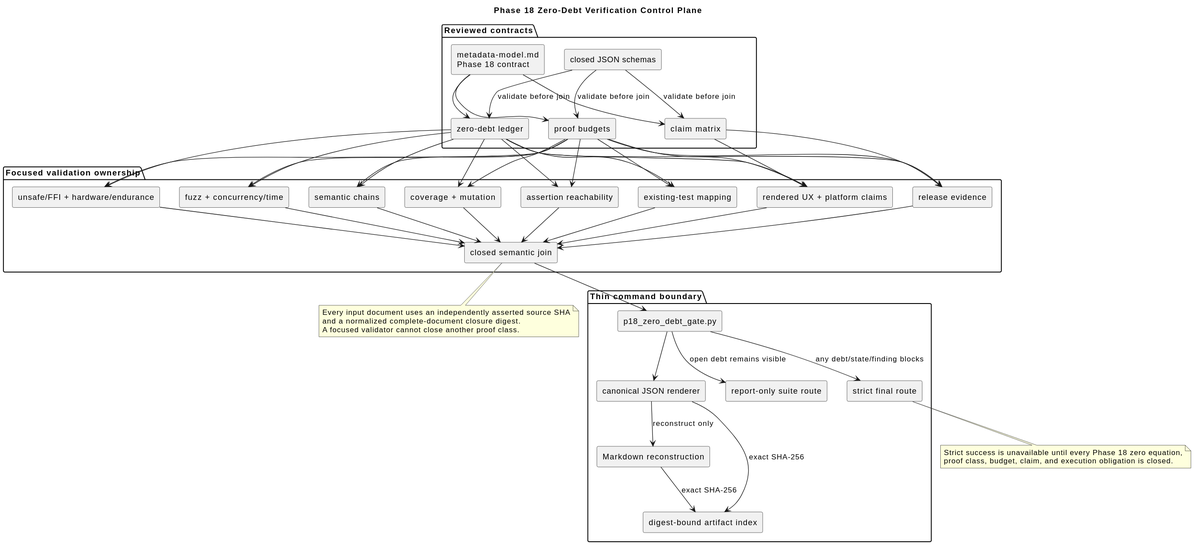
This is docs/diagrams/generated/verification-p18-zero-debt.svg from johannesPettersson80/trust-platform, a PlantUML export, as it was before one commit. Source of this version:
```plantuml
@startuml
title Phase 18 Zero-Debt Verification Control Plane

skinparam componentStyle rectangle
skinparam shadowing false

package "Reviewed contracts" {
  [metadata-model.md\nPhase 18 contract] as Spec
  [zero-debt ledger] as Ledger
  [proof budgets] as Budgets
  [claim matrix] as Claims
  [closed JSON schemas] as Schemas
}

package "Focused validation ownership" {
  [semantic chains] as Semantic
  [existing-test mapping] as TestMapping
  [assertion reachability] as Reachability
  [coverage + mutation] as Adequacy
  [fuzz + concurrency/time] as Dynamic
  [unsafe/FFI + hardware/endurance] as Native
  [rendered UX + platform claims] as Environment
  [release evidence] as Release
  [closed semantic join] as Join
}

package "Thin command boundary" {
  [p18_zero_debt_gate.py] as CLI
  [canonical JSON renderer] as Json
  [Markdown reconstruction] as Markdown
  [digest-bound artifact index] as Index
  [report-only suite route] as ReportRoute
  [strict final route] as StrictRoute
}

Spec --> Ledger
Spec --> Budgets
Spec --> Claims
Schemas --> Ledger : validate before join
Schemas --> Budgets : validate before join
Schemas --> Claims : validate before join

Ledger --> Semantic
Ledger --> TestMapping
Ledger --> Reachability
Ledger --> Adequacy
Ledger --> Dynamic
Ledger --> Native
Ledger --> Environment
Ledger --> Release
Budgets --> Semantic
Budgets --> TestMapping
Budgets --> Reachability
Budgets --> Adequacy
Budgets --> Dynamic
Budgets --> Native
Budgets --> Environment
Budgets --> Release
Claims --> Environment
Claims --> Release

Semantic --> Join
TestMapping --> Join
Reachability --> Join
Adequacy --> Join
Dynamic --> Join
Native --> Join
Environment --> Join
Release --> Join
Join --> CLI
CLI --> Json
Json --> Markdown : reconstruct only
Json --> Index : exact SHA-256
Markdown --> Index : exact SHA-256
CLI --> ReportRoute : open debt remains visible
CLI --> StrictRoute : any debt/state/finding blocks

note bottom of Join
  Every input document uses an independently asserted source SHA
  and a normalized complete-document closure digest.
  A focused validator cannot close another proof class.
end note

note bottom of StrictRoute
  Strict success is unavailable until every Phase 18 zero equation,
  proof class, budget, claim, and execution obligation is closed.
end note
@enduml
```
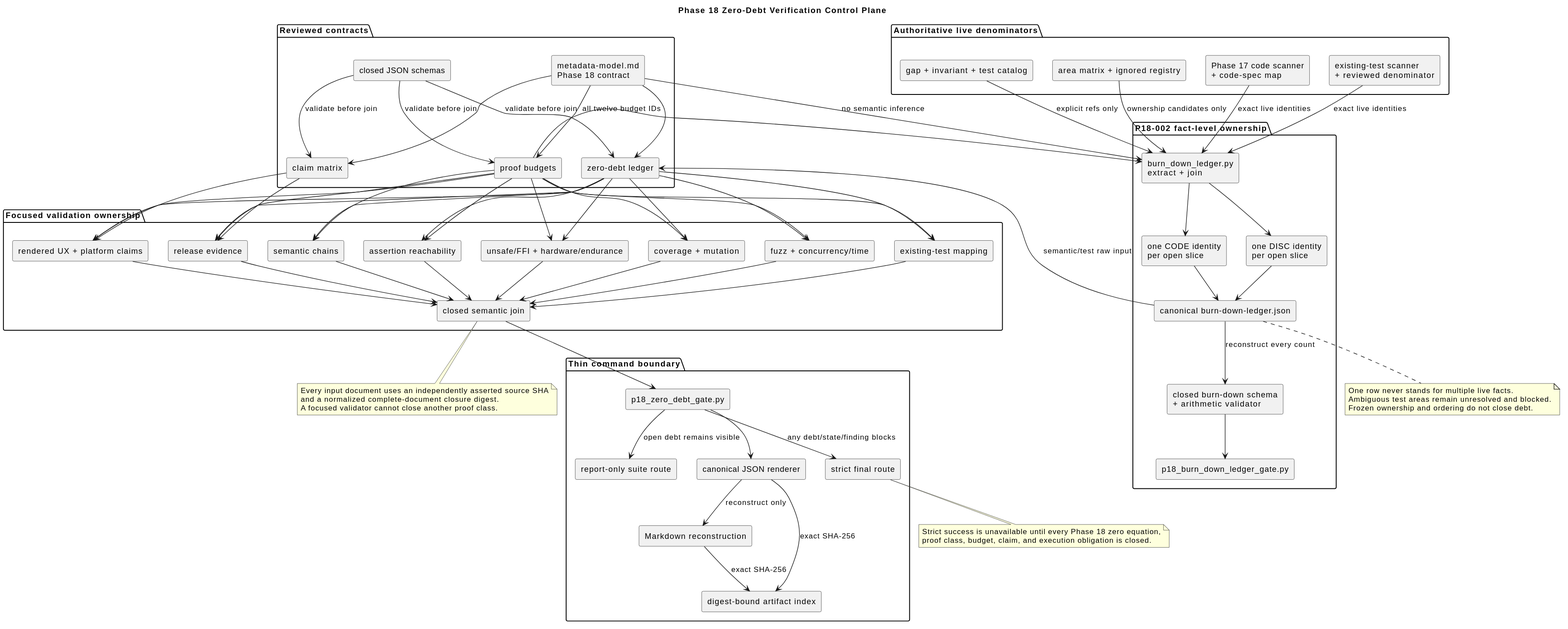
Later version of the same file.

Commit message:
Freeze every verification debt identity

Change to the diagram source:
```diff
@@ -10,6 +10,22 @@
   [proof budgets] as Budgets
   [claim matrix] as Claims
   [closed JSON schemas] as Schemas
+}
+
+package "Authoritative live denominators" {
+  [Phase 17 code scanner\n+ code-spec map] as CodeFacts
+  [existing-test scanner\n+ reviewed denominator] as TestFacts
+  [gap + invariant + test catalog] as Metadata
+  [area matrix + ignored registry] as Routing
+}
+
+package "P18-002 fact-level ownership" {
+  [burn_down_ledger.py\nextract + join] as BurnProducer
+  [closed burn-down schema\n+ arithmetic validator] as BurnValidator
+  [one CODE identity\nper open slice] as CodeSlices
+  [one DISC identity\nper open slice] as TestSlices
+  [canonical burn-down-ledger.json] as BurnArtifact
+  [p18_burn_down_ledger_gate.py] as BurnCLI
 }
 
 package "Focused validation ownership" {
@@ -39,6 +55,20 @@
 Schemas --> Ledger : validate before join
 Schemas --> Budgets : validate before join
 Schemas --> Claims : validate before join
+
+CodeFacts --> BurnProducer : exact live identities
+TestFacts --> BurnProducer : exact live identities
+Metadata --> BurnProducer : explicit refs only
+Routing --> BurnProducer : ownership candidates only
+Budgets --> BurnProducer : all twelve budget IDs
+Spec --> BurnProducer : no semantic inference
+BurnProducer --> CodeSlices
+BurnProducer --> TestSlices
+CodeSlices --> BurnArtifact
+TestSlices --> BurnArtifact
+BurnArtifact --> BurnValidator : reconstruct every count
+BurnValidator --> BurnCLI
+BurnArtifact --> Ledger : semantic/test raw input
 
 Ledger --> Semantic
 Ledger --> TestMapping
@@ -81,6 +111,12 @@
   A focused validator cannot close another proof class.
 end note
 
+note bottom of BurnArtifact
+  One row never stands for multiple live facts.
+  Ambiguous test areas remain unresolved and blocked.
+  Frozen ownership and ordering do not close debt.
+end note
+
 note bottom of StrictRoute
   Strict success is unavailable until every Phase 18 zero equation,
   proof class, budget, claim, and execution obligation is closed.
```
